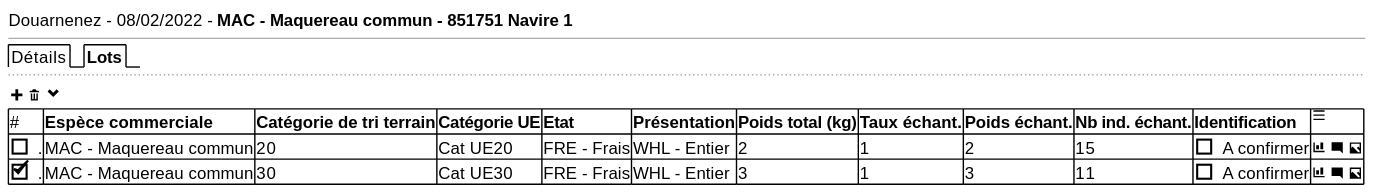
sumaris-net/sumaris-doc keeps this PlantUML diagram as projects/obsvente/spe/images/sale.svg. Above is the earlier version. Its diagram source:
```plantuml
@startsalt
{
  Douarnenez - 08/02/2022 - <b>MAC - Maquereau commun - 851751 Navire 1
  --
  {/  Détails | <b>Lots}
  ..
  { <&plus> <&trash> <&chevron-bottom> }

  {#
     # | <b>Espèce commerciale | <b>Catégorie de tri terrain | <b>Catégorie UE | <b>Etat | <b>Présentation | <b>Poids total (kg) | <b>Taux échant. | <b>Poids échant. | <b>Nb ind. échant. | <b>Identification | <&menu>
     [ ] . | MAC - Maquereau commun | 20 | Cat UE20 | FRE - Frais | WHL - Entier | 2 | 1 | 2 | 15 | [ ] A confirmer | <&bar-chart> <&comment-square> <&image>
     [X] . | MAC - Maquereau commun | 30 | Cat UE30 | FRE - Frais | WHL - Entier | 3 | 1 | 3 | 11 | [ ] A confirmer | <&bar-chart> <&comment-square> <&image>
   }

}
@endsalt
```
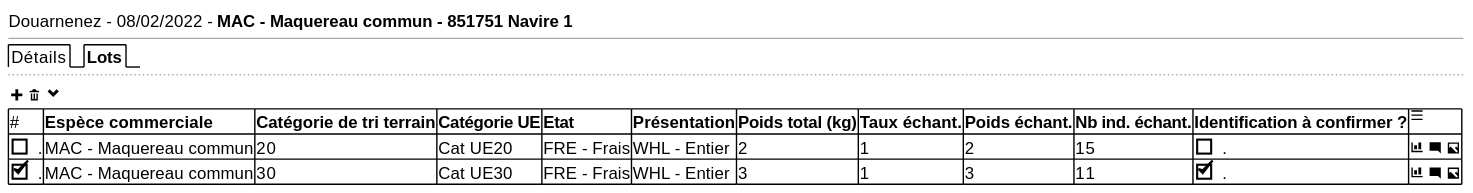
The same file after the commit.

Commit message:
MAJ PETS définis selon la façade maritime + identification à confirmer sur l'écran des lots

What changed in the source:
```diff
@@ -7,9 +7,9 @@
   { <&plus> <&trash> <&chevron-bottom> }
 
   {#
-     # | <b>Espèce commerciale | <b>Catégorie de tri terrain | <b>Catégorie UE | <b>Etat | <b>Présentation | <b>Poids total (kg) | <b>Taux échant. | <b>Poids échant. | <b>Nb ind. échant. | <b>Identification | <&menu>
-     [ ] . | MAC - Maquereau commun | 20 | Cat UE20 | FRE - Frais | WHL - Entier | 2 | 1 | 2 | 15 | [ ] A confirmer | <&bar-chart> <&comment-square> <&image>
-     [X] . | MAC - Maquereau commun | 30 | Cat UE30 | FRE - Frais | WHL - Entier | 3 | 1 | 3 | 11 | [ ] A confirmer | <&bar-chart> <&comment-square> <&image>
+     # | <b>Espèce commerciale | <b>Catégorie de tri terrain | <b>Catégorie UE | <b>Etat | <b>Présentation | <b>Poids total (kg) | <b>Taux échant. | <b>Poids échant. | <b>Nb ind. échant. | <b>Identification à confirmer ?| <&menu>
+     [ ] . | MAC - Maquereau commun | 20 | Cat UE20 | FRE - Frais | WHL - Entier | 2 | 1 | 2 | 15 | [ ]. | <&bar-chart> <&comment-square> <&image>
+     [X] . | MAC - Maquereau commun | 30 | Cat UE30 | FRE - Frais | WHL - Entier | 3 | 1 | 3 | 11 | [X]. | <&bar-chart> <&comment-square> <&image>
    }
 
 }
```
